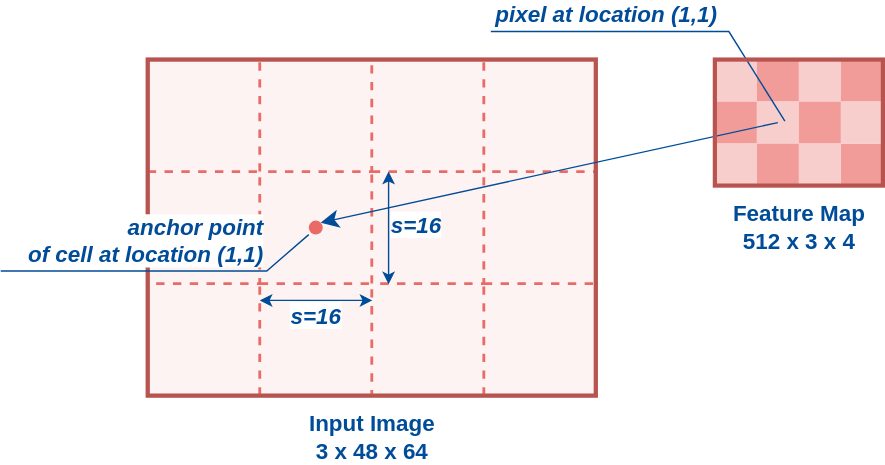
The draw.io diagram assets/img/2025-04-28-yolov8-the-missing-paper/anchor-points.svg in sungsoo-ahn/2025, before a commit. Source tidied: cells renumbered, new cells last; positions are measured from the earlier drawing's top-left corner, leaving out a move shared by most shapes. Source of this version:
```xml
<mxGraphModel>
  <root>
    <mxCell id="0" />
    <mxCell id="1" parent="0" />
    <mxCell id="2" style="rounded=0;whiteSpace=wrap;html=1;fillColor=#F19C99;strokeColor=none;" parent="1" vertex="1">
      <mxGeometry x="600" y="80" width="30" height="30" as="geometry" />
    </mxCell>
    <mxCell id="3" style="rounded=0;whiteSpace=wrap;html=1;fillColor=#F8CECC;strokeColor=#b85450;strokeWidth=3;fontSize=16;fontColor=#004C99;fontStyle=1;fillStyle=solid;opacity=25;" parent="1" vertex="1">
      <mxGeometry x="105" y="20" width="320" height="240" as="geometry" />
    </mxCell>
    <mxCell id="4" style="rounded=0;whiteSpace=wrap;html=1;fillColor=none;strokeColor=#EA6B66;dashed=1;strokeWidth=2;" parent="1" vertex="1">
      <mxGeometry x="185" y="20" width="80" height="80" as="geometry" />
    </mxCell>
    <mxCell id="5" style="rounded=0;whiteSpace=wrap;html=1;fillColor=none;strokeColor=#EA6B66;dashed=1;strokeWidth=2;" parent="1" vertex="1">
      <mxGeometry x="345" y="20" width="80" height="80" as="geometry" />
    </mxCell>
    <mxCell id="6" style="rounded=0;whiteSpace=wrap;html=1;fillColor=none;strokeColor=#EA6B66;dashed=1;strokeWidth=2;" parent="1" vertex="1">
      <mxGeometry x="105" y="100" width="80" height="80" as="geometry" />
    </mxCell>
    <mxCell id="7" style="rounded=0;whiteSpace=wrap;html=1;fillColor=none;strokeColor=#EA6B66;dashed=1;strokeWidth=2;" parent="1" vertex="1">
      <mxGeometry x="265" y="100" width="80" height="80" as="geometry" />
    </mxCell>
    <mxCell id="8" style="rounded=0;whiteSpace=wrap;html=1;fillColor=none;strokeColor=#EA6B66;dashed=1;strokeWidth=2;" parent="1" vertex="1">
      <mxGeometry x="185" y="180" width="80" height="80" as="geometry" />
    </mxCell>
    <mxCell id="9" style="rounded=0;whiteSpace=wrap;html=1;fillColor=none;strokeColor=#EA6B66;dashed=1;strokeWidth=2;" parent="1" vertex="1">
      <mxGeometry x="345" y="180" width="80" height="80" as="geometry" />
    </mxCell>
    <mxCell id="10" value="s=16" style="endArrow=classic;startArrow=classic;html=1;rounded=0;strokeColor=#004C99;fontStyle=3;fontColor=#004C99;fontSize=16;verticalAlign=top;spacingBottom=0;spacingTop=-5;entryX=1.005;entryY=0.15;entryDx=0;entryDy=0;entryPerimeter=0;exitX=0;exitY=0.15;exitDx=0;exitDy=0;exitPerimeter=0;" parent="1" edge="1" source="8" target="8">
      <mxGeometry relative="1" as="geometry" />
    </mxCell>
    <mxCell id="11" value="s=16" style="endArrow=classic;startArrow=classic;html=1;rounded=0;exitX=0.15;exitY=1.005;exitDx=0;exitDy=0;entryX=0.15;entryY=0;entryDx=0;entryDy=0;strokeColor=#004C99;fontStyle=3;fontColor=#004C99;fontSize=16;verticalAlign=middle;align=left;exitPerimeter=0;entryPerimeter=0;spacingTop=-5;" parent="1" edge="1" source="7" target="7">
      <mxGeometry relative="1" as="geometry" />
    </mxCell>
    <mxCell id="12" value="Input Image&lt;br&gt;3 x 48 x 64" style="text;html=1;fontSize=16;fontStyle=1;verticalAlign=middle;align=center;fontColor=#004C99;" parent="1" vertex="1">
      <mxGeometry x="215" y="270" width="100" height="40" as="geometry" />
    </mxCell>
    <mxCell id="13" value="&lt;div&gt;Feature Map&lt;/div&gt;&lt;div&gt;512 x 3 x 4&lt;br&gt;&lt;/div&gt;" style="text;html=1;fontSize=16;fontStyle=1;verticalAlign=middle;align=center;fontColor=#004C99;" parent="1" vertex="1">
      <mxGeometry x="520" y="120" width="100" height="40" as="geometry" />
    </mxCell>
    <mxCell id="14" style="rounded=0;whiteSpace=wrap;html=1;fillColor=#f8cecc;strokeColor=none;" parent="1" vertex="1">
      <mxGeometry x="510" y="20" width="30" height="30" as="geometry" />
    </mxCell>
    <mxCell id="15" style="rounded=0;whiteSpace=wrap;html=1;fillColor=#F19C99;strokeColor=none;" parent="1" vertex="1">
      <mxGeometry x="540" y="20" width="30" height="30" as="geometry" />
    </mxCell>
    <mxCell id="16" style="rounded=0;whiteSpace=wrap;html=1;fillColor=#f8cecc;strokeColor=none;" parent="1" vertex="1">
      <mxGeometry x="570" y="20" width="30" height="30" as="geometry" />
    </mxCell>
    <mxCell id="17" style="rounded=0;whiteSpace=wrap;html=1;fillColor=#F19C99;strokeColor=none;" parent="1" vertex="1">
      <mxGeometry x="600" y="20" width="30" height="30" as="geometry" />
    </mxCell>
    <mxCell id="18" style="rounded=0;whiteSpace=wrap;html=1;fillColor=#F19C99;strokeColor=none;" parent="1" vertex="1">
      <mxGeometry x="510" y="50" width="30" height="30" as="geometry" />
    </mxCell>
    <mxCell id="19" style="rounded=0;whiteSpace=wrap;html=1;fillColor=#f8cecc;strokeColor=none;" parent="1" vertex="1">
      <mxGeometry x="540" y="50" width="30" height="30" as="geometry" />
    </mxCell>
    <mxCell id="20" style="rounded=0;whiteSpace=wrap;html=1;fillColor=#F19C99;strokeColor=none;" parent="1" vertex="1">
      <mxGeometry x="570" y="50" width="30" height="30" as="geometry" />
    </mxCell>
    <mxCell id="21" style="rounded=0;whiteSpace=wrap;html=1;fillColor=#f8cecc;strokeColor=none;" parent="1" vertex="1">
      <mxGeometry x="600" y="50" width="30" height="30" as="geometry" />
    </mxCell>
    <mxCell id="22" style="rounded=0;whiteSpace=wrap;html=1;fillColor=#f8cecc;strokeColor=none;" parent="1" vertex="1">
      <mxGeometry x="510" y="80" width="30" height="30" as="geometry" />
    </mxCell>
    <mxCell id="23" style="rounded=0;whiteSpace=wrap;html=1;fillColor=#F19C99;strokeColor=none;" parent="1" vertex="1">
      <mxGeometry x="540" y="80" width="30" height="30" as="geometry" />
    </mxCell>
    <mxCell id="24" style="rounded=0;whiteSpace=wrap;html=1;fillColor=#f8cecc;strokeColor=none;" parent="1" vertex="1">
      <mxGeometry x="570" y="80" width="30" height="30" as="geometry" />
    </mxCell>
    <mxCell id="25" style="rounded=0;whiteSpace=wrap;html=1;fillColor=none;strokeColor=#b85450;strokeWidth=3;fontSize=16;fontColor=#004C99;fontStyle=1;fillStyle=solid;" parent="1" vertex="1">
      <mxGeometry x="105" y="20" width="320" height="240" as="geometry" />
    </mxCell>
    <mxCell id="26" style="endArrow=none;startArrow=classic;html=1;rounded=0;entryX=0.5;entryY=0.5;entryDx=0;entryDy=0;entryPerimeter=0;strokeColor=#004C99;startFill=1;endFill=0;endSize=10;startSize=10;exitX=1;exitY=0;exitDx=0;exitDy=0;" parent="1" edge="1" source="27" target="19">
      <mxGeometry relative="1" as="geometry" />
    </mxCell>
    <mxCell id="27" style="ellipse;whiteSpace=wrap;html=1;fillColor=#EA6B66;strokeColor=none;strokeWidth=3;" parent="1" vertex="1">
      <mxGeometry x="220" y="135" width="10" height="10" as="geometry" />
    </mxCell>
    <mxCell id="28" value="anchor point&lt;br&gt;of cell at location (1,1)" style="endArrow=none;startArrow=none;html=1;rounded=0;strokeColor=#004C99;fontStyle=3;fontColor=#004C99;fontSize=16;verticalAlign=bottom;startFill=0;align=right;endFill=0;" parent="1" edge="1">
      <mxGeometry x="0.65" relative="1" as="geometry">
        <mxPoint y="171" as="sourcePoint" />
        <mxPoint x="220" y="145" as="targetPoint" />
        <Array as="points">
          <mxPoint x="190" y="171" />
        </Array>
      </mxGeometry>
    </mxCell>
    <mxCell id="29" value="pixel at location (1,1)" style="endArrow=none;startArrow=none;html=1;rounded=0;strokeColor=#004C99;fontStyle=3;fontColor=#004C99;fontSize=16;verticalAlign=bottom;startFill=0;align=right;endFill=0;" parent="1" edge="1">
      <mxGeometry x="0.33" relative="1" as="geometry">
        <mxPoint x="350" as="sourcePoint" />
        <mxPoint x="560" y="64" as="targetPoint" />
        <Array as="points">
          <mxPoint x="520" />
        </Array>
      </mxGeometry>
    </mxCell>
    <mxCell id="30" style="rounded=0;whiteSpace=wrap;html=1;fillColor=none;strokeColor=#b85450;strokeWidth=3;fontSize=16;fontColor=#004C99;fontStyle=1;fillStyle=dots;" parent="1" vertex="1">
      <mxGeometry x="510" y="20" width="120" height="90" as="geometry" />
    </mxCell>
  </root>
</mxGraphModel>
```
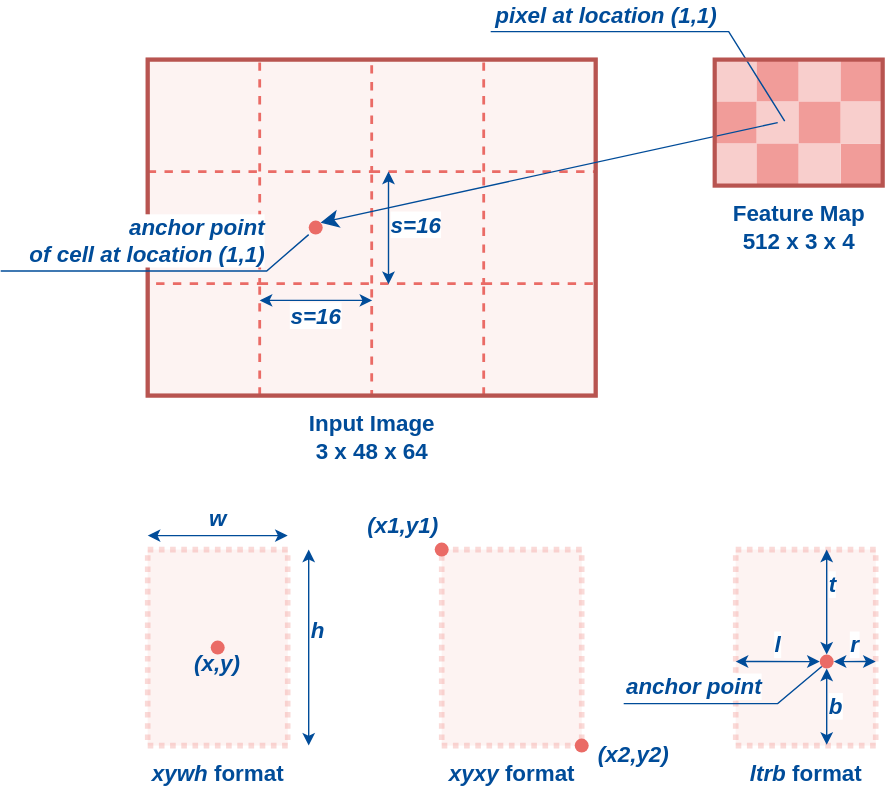
After the commit.

Commit message:
minor edit of figures; fix more typos

What changed in the source:
```diff
@@ -101,5 +101,67 @@
     <mxCell id="30" style="rounded=0;whiteSpace=wrap;html=1;fillColor=none;strokeColor=#b85450;strokeWidth=3;fontSize=16;fontColor=#004C99;fontStyle=1;fillStyle=dots;" parent="1" vertex="1">
       <mxGeometry x="510" y="20" width="120" height="90" as="geometry" />
     </mxCell>
+    <mxCell id="31" style="rounded=0;whiteSpace=wrap;html=1;fillColor=#F8CECC;strokeColor=#EA6B66;strokeWidth=4;dashed=1;dashPattern=1 1;opacity=25;align=left;verticalAlign=top;fontColor=#004C99;fontStyle=1;fontSize=14;spacingTop=-5;spacingLeft=5;" parent="1" vertex="1">
+      <mxGeometry x="315" y="370" width="100" height="140" as="geometry" />
+    </mxCell>
+    <mxCell id="32" value="&lt;i&gt;xyxy&lt;/i&gt; format" style="text;html=1;fontSize=16;fontStyle=1;verticalAlign=middle;align=center;fontColor=#004C99;" parent="1" vertex="1">
+      <mxGeometry x="315" y="510" width="100" height="40" as="geometry" />
+    </mxCell>
+    <mxCell id="33" value="&lt;font style=&quot;font-size: 16px;&quot;&gt;(x1,y1)&lt;/font&gt;" style="ellipse;whiteSpace=wrap;html=1;fillColor=#EA6B66;strokeColor=none;fontStyle=3;fontSize=16;fontColor=#004C99;align=right;verticalAlign=bottom;spacingBottom=10;spacingRight=5;" parent="1" vertex="1">
+      <mxGeometry x="310" y="365" width="10" height="10" as="geometry" />
+    </mxCell>
+    <mxCell id="34" value="&lt;font style=&quot;font-size: 16px;&quot;&gt;(x2,y2)&lt;/font&gt;" style="ellipse;whiteSpace=wrap;html=1;fillColor=#EA6B66;strokeColor=none;fontStyle=3;fontSize=16;fontColor=#004C99;align=left;verticalAlign=top;spacingBottom=0;spacingRight=0;spacingLeft=15;spacingTop=-5;" parent="1" vertex="1">
+      <mxGeometry x="410" y="505" width="10" height="10" as="geometry" />
+    </mxCell>
+    <mxCell id="35" style="rounded=0;whiteSpace=wrap;html=1;fillColor=#F8CECC;strokeColor=#EA6B66;strokeWidth=4;dashed=1;dashPattern=1 1;opacity=25;align=left;verticalAlign=top;fontColor=#004C99;fontStyle=1;fontSize=14;spacingTop=-5;spacingLeft=5;" parent="1" vertex="1">
+      <mxGeometry x="105" y="370" width="100" height="140" as="geometry" />
+    </mxCell>
+    <mxCell id="36" value="&lt;i&gt;xywh&lt;/i&gt; format" style="text;html=1;fontSize=16;fontStyle=1;verticalAlign=middle;align=center;fontColor=#004C99;" parent="1" vertex="1">
+      <mxGeometry x="105" y="510" width="100" height="40" as="geometry" />
+    </mxCell>
+    <mxCell id="37" value="&lt;font style=&quot;font-size: 16px;&quot;&gt;(x,y)&lt;/font&gt;" style="ellipse;whiteSpace=wrap;html=1;fillColor=#EA6B66;strokeColor=none;fontStyle=3;fontSize=16;fontColor=#004C99;align=center;verticalAlign=top;spacingBottom=0;spacingRight=0;" parent="1" vertex="1">
+      <mxGeometry x="150" y="435" width="10" height="10" as="geometry" />
+    </mxCell>
+    <mxCell id="38" value="w" style="endArrow=classic;startArrow=classic;html=1;rounded=0;exitX=0;exitY=0;exitDx=0;exitDy=0;entryX=1;entryY=0;entryDx=0;entryDy=0;strokeColor=#004C99;fontStyle=3;fontColor=#004C99;fontSize=16;verticalAlign=bottom;" parent="1" edge="1">
+      <mxGeometry relative="1" as="geometry">
+        <mxPoint x="105" y="360" as="sourcePoint" />
+        <mxPoint x="205" y="360" as="targetPoint" />
+      </mxGeometry>
+    </mxCell>
+    <mxCell id="39" value="h" style="endArrow=classic;startArrow=classic;html=1;rounded=0;exitX=1;exitY=1;exitDx=0;exitDy=0;entryX=1;entryY=0;entryDx=0;entryDy=0;strokeColor=#004C99;fontStyle=3;fontColor=#004C99;fontSize=16;verticalAlign=bottom;align=left;" parent="1" edge="1">
+      <mxGeometry relative="1" as="geometry">
+        <mxPoint x="220" y="510" as="sourcePoint" />
+        <mxPoint x="220" y="370" as="targetPoint" />
+      </mxGeometry>
+    </mxCell>
+    <mxCell id="40" style="rounded=0;whiteSpace=wrap;html=1;fillColor=#F8CECC;strokeColor=#EA6B66;strokeWidth=4;dashed=1;dashPattern=1 1;opacity=25;align=left;verticalAlign=top;fontColor=#004C99;fontStyle=1;fontSize=14;spacingTop=-5;spacingLeft=0;" parent="1" vertex="1">
+      <mxGeometry x="525" y="370" width="100" height="140" as="geometry" />
+    </mxCell>
+    <mxCell id="41" value="&lt;i&gt;ltrb&lt;/i&gt; format" style="text;html=1;fontSize=16;fontStyle=1;verticalAlign=middle;align=center;fontColor=#004C99;" parent="1" vertex="1">
+      <mxGeometry x="525" y="510" width="100" height="40" as="geometry" />
+    </mxCell>
+    <mxCell id="42" style="ellipse;whiteSpace=wrap;html=1;fillColor=#EA6B66;strokeColor=none;fontStyle=3;fontSize=16;fontColor=#004C99;align=center;verticalAlign=top;spacingBottom=0;spacingRight=0;spacingLeft=0;" parent="1" vertex="1">
+      <mxGeometry x="585" y="445" width="10" height="10" as="geometry" />
+    </mxCell>
+    <mxCell id="43" value="l" style="endArrow=classic;startArrow=classic;html=1;rounded=0;exitX=0;exitY=0.571;exitDx=0;exitDy=0;entryX=0;entryY=0.5;entryDx=0;entryDy=0;strokeColor=#004C99;fontStyle=3;fontColor=#004C99;fontSize=16;verticalAlign=bottom;exitPerimeter=0;" parent="1" edge="1" source="40" target="42">
+      <mxGeometry relative="1" as="geometry" />
+    </mxCell>
+    <mxCell id="44" value="t" style="endArrow=classic;startArrow=classic;html=1;rounded=0;exitX=0.5;exitY=0;exitDx=0;exitDy=0;entryX=0.65;entryY=0;entryDx=0;entryDy=0;strokeColor=#004C99;fontStyle=3;fontColor=#004C99;fontSize=16;verticalAlign=bottom;align=left;entryPerimeter=0;" parent="1" edge="1" source="42" target="40">
+      <mxGeometry relative="1" as="geometry" />
+    </mxCell>
+    <mxCell id="45" value="r" style="endArrow=classic;startArrow=classic;html=1;rounded=0;exitX=1;exitY=0.5;exitDx=0;exitDy=0;strokeColor=#004C99;fontStyle=3;fontColor=#004C99;fontSize=16;verticalAlign=bottom;entryX=1;entryY=0.571;entryDx=0;entryDy=0;entryPerimeter=0;" parent="1" edge="1" source="42" target="40">
+      <mxGeometry relative="1" as="geometry" />
+    </mxCell>
+    <mxCell id="46" value="b" style="endArrow=classic;startArrow=classic;html=1;rounded=0;exitX=0.65;exitY=0.996;exitDx=0;exitDy=0;entryX=0.5;entryY=1;entryDx=0;entryDy=0;strokeColor=#004C99;fontStyle=3;fontColor=#004C99;fontSize=16;verticalAlign=middle;align=left;exitPerimeter=0;" parent="1" edge="1" source="40" target="42">
+      <mxGeometry relative="1" as="geometry" />
+    </mxCell>
+    <mxCell id="47" value="anchor point" style="endArrow=none;startArrow=none;html=1;rounded=0;entryX=0;entryY=1;entryDx=0;entryDy=0;strokeColor=#004C99;fontStyle=3;fontColor=#004C99;fontSize=16;verticalAlign=bottom;startFill=0;align=right;endFill=0;" parent="1" edge="1" target="42">
+      <mxGeometry x="0.32" relative="1" as="geometry">
+        <mxPoint x="445" y="480" as="sourcePoint" />
+        <Array as="points">
+          <mxPoint x="555" y="480" />
+        </Array>
+      </mxGeometry>
+    </mxCell>
   </root>
 </mxGraphModel>
```
